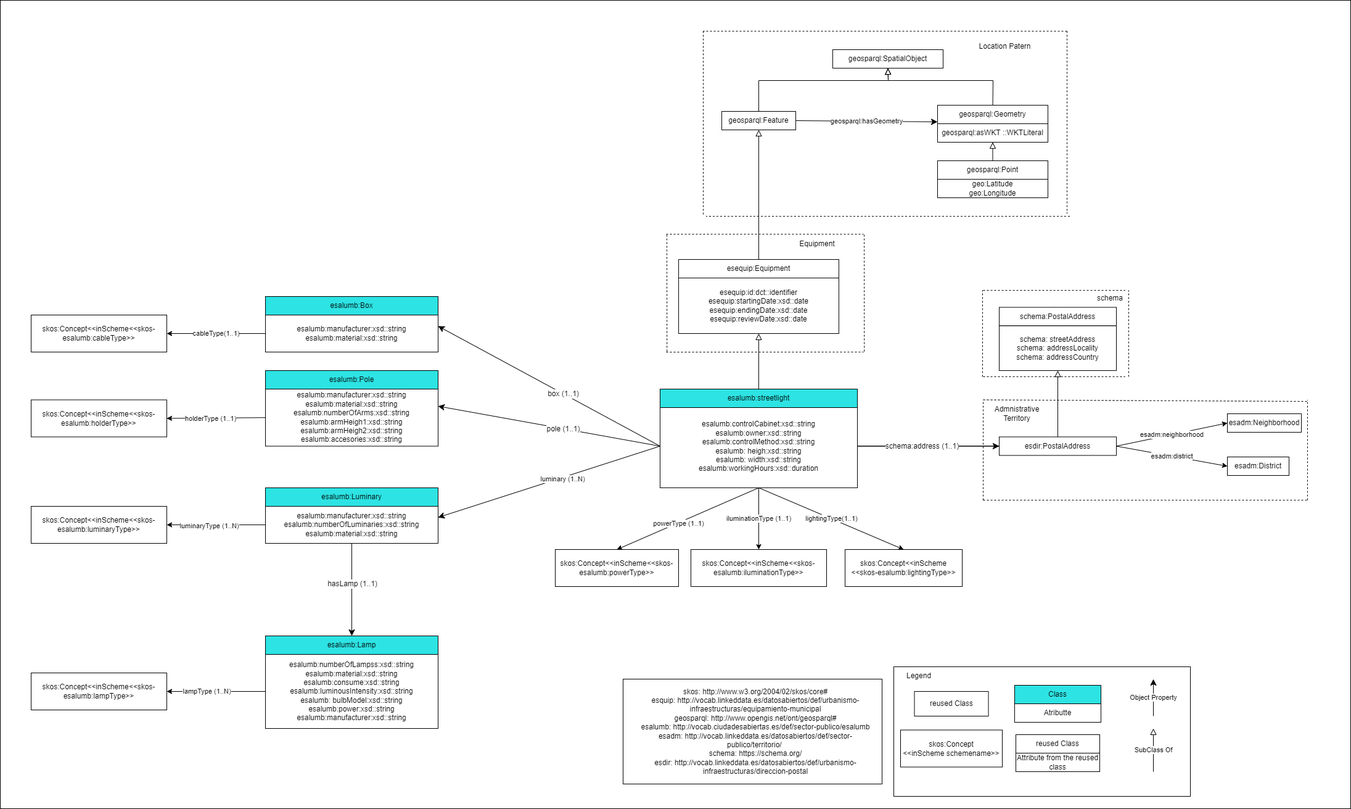
Above: resources/images/lightingDiagram.png in MMB99/AlumbradoEn (draw.io), before the change. Source tidied: cells renumbered, new cells last; positions are measured from the earlier drawing's top-left corner, leaving out a move shared by most shapes.
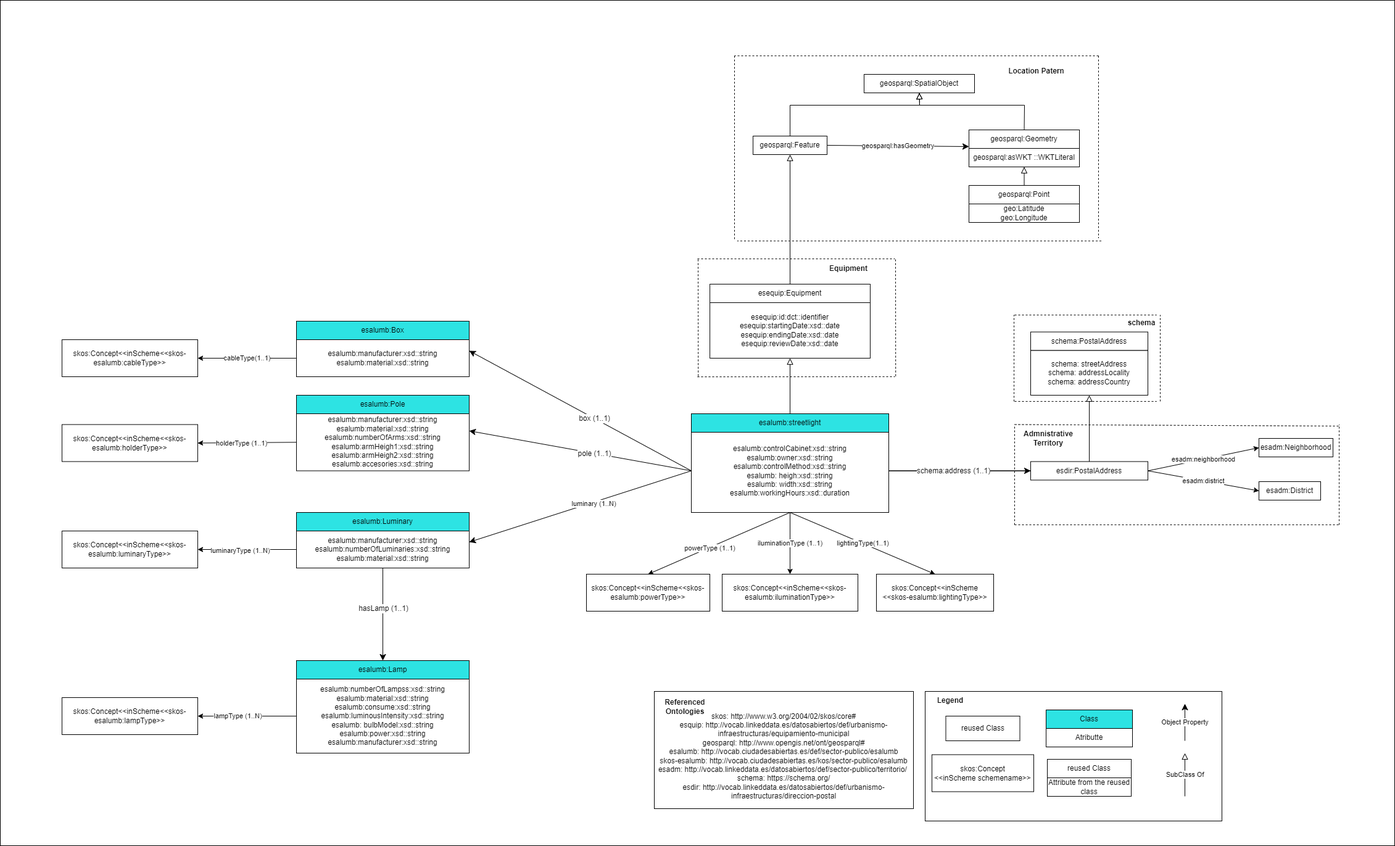
Above is the later version.

Diff of the diagram source:
```diff
@@ -2,9 +2,9 @@
   <root>
     <mxCell id="0" />
     <mxCell id="1" parent="0" />
-    <mxCell id="2" style="rounded=0;whiteSpace=wrap;html=1;" parent="1" vertex="1">
-      <mxGeometry width="2190" height="1310" as="geometry" />
-    </mxCell>
+    <mxCell id="98" style="rounded=0;whiteSpace=wrap;html=1;" parent="1" vertex="1">
+      <mxGeometry x="-50" y="-40" width="2260" height="1370" as="geometry" />
+    </mxCell>
     <mxCell id="3" value="&lt;span&gt;esalumb:controlCabinet:xsd::string&lt;/span&gt;&lt;u&gt;&lt;br&gt;&lt;/u&gt;esalumb:owner:xsd::string&lt;br&gt;esalumb:controlMethod:xsd::string&lt;br&gt;esalumb: heigh:xsd::string&lt;br&gt;esalumb: width:xsd::string&lt;br&gt;esalumb:workingHours:xsd::duration&lt;span&gt;&lt;br&gt;&lt;/span&gt;" style="rounded=0;whiteSpace=wrap;html=1;snapToPoint=1;points=[[0.1,0],[0.2,0],[0.3,0],[0.4,0],[0.5,0],[0.6,0],[0.7,0],[0.8,0],[0.9,0],[0,0.1],[0,0.3],[0,0.5],[0,0.7],[0,0.9],[0.1,1],[0.2,1],[0.3,1],[0.4,1],[0.5,1],[0.6,1],[0.7,1],[0.8,1],[0.9,1],[1,0.1],[1,0.3],[1,0.5],[1,0.7],[1,0.9]];" parent="1" vertex="1">
       <mxGeometry x="1070" y="655" width="320" height="135" as="geometry" />
     </mxCell>
@@ -115,7 +115,7 @@
         <mxPoint x="1870" y="1180" as="targetPoint" />
       </mxGeometry>
     </mxCell>
-    <mxCell id="37" value="Legend" style="text;html=1;strokeColor=none;fillColor=none;align=center;verticalAlign=middle;whiteSpace=wrap;rounded=0;" parent="1" vertex="1">
+    <mxCell id="37" value="&lt;b&gt;Legend&lt;/b&gt;" style="text;html=1;strokeColor=none;fillColor=none;align=center;verticalAlign=middle;whiteSpace=wrap;rounded=0;" parent="1" vertex="1">
       <mxGeometry x="1460" y="1080" width="60" height="30" as="geometry" />
     </mxCell>
     <mxCell id="38" value="esequip:Equipment" style="rounded=0;whiteSpace=wrap;html=1;snapToPoint=1;points=[[0.1,0],[0.2,0],[0.3,0],[0.4,0],[0.5,0],[0.6,0],[0.7,0],[0.8,0],[0.9,0],[0,0.1],[0,0.3],[0,0.5],[0,0.7],[0,0.9],[0.1,1],[0.2,1],[0.3,1],[0.4,1],[0.5,1],[0.6,1],[0.7,1],[0.8,1],[0.9,1],[1,0.1],[1,0.3],[1,0.5],[1,0.7],[1,0.9]];" parent="1" vertex="1">
@@ -130,10 +130,10 @@
     <mxCell id="41" style="endArrow=block;html=1;fontColor=#000099;endFill=0;endSize=8;arcSize=0;rounded=0;entryX=0.5;entryY=1;entryDx=0;entryDy=0;exitX=0.5;exitY=0;exitDx=0;exitDy=0;" parent="1" edge="1" source="4" target="44">
       <mxGeometry relative="1" as="geometry" />
     </mxCell>
-    <mxCell id="42" value="Location Patern" style="text;html=1;strokeColor=none;fillColor=none;align=center;verticalAlign=middle;whiteSpace=wrap;rounded=0;" parent="1" vertex="1">
+    <mxCell id="42" value="&lt;b&gt;Location Patern&lt;/b&gt;" style="text;html=1;strokeColor=none;fillColor=none;align=center;verticalAlign=middle;whiteSpace=wrap;rounded=0;" parent="1" vertex="1">
       <mxGeometry x="1558.5" y="60" width="140.5" height="30" as="geometry" />
     </mxCell>
-    <mxCell id="43" value="Equipment" style="text;html=1;strokeColor=none;fillColor=none;align=center;verticalAlign=middle;whiteSpace=wrap;rounded=0;" parent="1" vertex="1">
+    <mxCell id="43" value="&lt;b&gt;Equipment&lt;/b&gt;" style="text;html=1;strokeColor=none;fillColor=none;align=center;verticalAlign=middle;whiteSpace=wrap;rounded=0;" parent="1" vertex="1">
       <mxGeometry x="1270" y="380" width="110" height="30" as="geometry" />
     </mxCell>
     <mxCell id="44" value="esequip:id:dct::identifier&lt;br&gt;esequip:startingDate:xsd::date&lt;br&gt;esequip:endingDate:xsd::date&lt;br&gt;esequip:reviewDate:xsd::date" style="rounded=0;whiteSpace=wrap;html=1;snapToPoint=1;points=[[0.1,0],[0.2,0],[0.3,0],[0.4,0],[0.5,0],[0.6,0],[0.7,0],[0.8,0],[0.9,0],[0,0.1],[0,0.3],[0,0.5],[0,0.7],[0,0.9],[0.1,1],[0.2,1],[0.3,1],[0.4,1],[0.5,1],[0.6,1],[0.7,1],[0.8,1],[0.9,1],[1,0.1],[1,0.3],[1,0.5],[1,0.7],[1,0.9]];" parent="1" vertex="1">
@@ -257,10 +257,10 @@
       </mxGeometry>
     </mxCell>
     <mxCell id="73" style="rounded=0;whiteSpace=wrap;html=1;" parent="1" vertex="1">
-      <mxGeometry x="1010" y="1100" width="420" height="170" as="geometry" />
+      <mxGeometry x="1010" y="1080" width="420" height="190" as="geometry" />
     </mxCell>
-    <mxCell id="74" value="skos: http://www.w3.org/2004/02/skos/core#&lt;br&gt;esquip: http://vocab.linkeddata.es/datosabiertos/def/urbanismo-infraestructuras/equipamiento-municipal&lt;br&gt;geosparql: http://www.opengis.net/ont/geosparql#&lt;br&gt;esalumb: http://vocab.ciudadesabiertas.es/def/sector-publico/esalumb&lt;br&gt;esadm: http://vocab.linkeddata.es/datosabiertos/def/sector-publico/territorio/&amp;nbsp;&lt;br&gt;schema: https://schema.org/&lt;br&gt;esdir: http://vocab.linkeddata.es/datosabiertos/def/urbanismo-infraestructuras/direccion-postal" style="text;html=1;strokeColor=none;fillColor=none;align=center;verticalAlign=middle;whiteSpace=wrap;rounded=0;" parent="1" vertex="1">
-      <mxGeometry x="1030" y="1127.5" width="390" height="115" as="geometry" />
+    <mxCell id="74" value="skos: http://www.w3.org/2004/02/skos/core#&lt;br&gt;esquip: http://vocab.linkeddata.es/datosabiertos/def/urbanismo-infraestructuras/equipamiento-municipal&lt;br&gt;geosparql: http://www.opengis.net/ont/geosparql#&lt;br&gt;esalumb: http://vocab.ciudadesabiertas.es/def/sector-publico/esalumb&lt;br&gt;skos-esalumb: http://vocab.ciudadesabiertas.es/kos/sector-publico/esalumb&lt;br&gt;esadm: http://vocab.linkeddata.es/datosabiertos/def/sector-publico/territorio/&amp;nbsp;&lt;br&gt;schema: https://schema.org/&lt;br&gt;esdir: http://vocab.linkeddata.es/datosabiertos/def/urbanismo-infraestructuras/direccion-postal" style="text;html=1;strokeColor=none;fillColor=none;align=center;verticalAlign=middle;whiteSpace=wrap;rounded=0;" parent="1" vertex="1">
+      <mxGeometry x="1015" y="1127.5" width="410" height="115" as="geometry" />
     </mxCell>
     <mxCell id="75" value="esdir:PostalAddress" style="rounded=0;whiteSpace=wrap;html=1;snapToPoint=1;points=[[0.1,0],[0.2,0],[0.3,0],[0.4,0],[0.5,0],[0.6,0],[0.7,0],[0.8,0],[0.9,0],[0,0.1],[0,0.3],[0,0.5],[0,0.7],[0,0.9],[0.1,1],[0.2,1],[0.3,1],[0.4,1],[0.5,1],[0.6,1],[0.7,1],[0.8,1],[0.9,1],[1,0.1],[1,0.3],[1,0.5],[1,0.7],[1,0.9]];fillColor=#FFFFFF;" parent="1" vertex="1">
       <mxGeometry x="1620" y="707.5" width="190" height="30" as="geometry" />
@@ -310,7 +310,7 @@
         <mxPoint x="2120" y="650" as="targetPoint" />
       </mxGeometry>
     </mxCell>
-    <mxCell id="87" value="Admnistrative Territory" style="text;html=1;strokeColor=none;fillColor=none;align=center;verticalAlign=middle;whiteSpace=wrap;rounded=0;" parent="1" vertex="1">
+    <mxCell id="87" value="&lt;b&gt;Admnistrative Territory&lt;/b&gt;" style="text;html=1;strokeColor=none;fillColor=none;align=center;verticalAlign=middle;whiteSpace=wrap;rounded=0;" parent="1" vertex="1">
       <mxGeometry x="1594" y="655" width="110" height="30" as="geometry" />
     </mxCell>
     <mxCell id="88" style="endArrow=classic;html=1;exitX=1;exitY=0.5;exitDx=0;exitDy=0;entryX=0;entryY=0.5;entryDx=0;entryDy=0;endSize=8;arcSize=0;rounded=0;" parent="1" edge="1">
@@ -348,7 +348,7 @@
         <mxPoint x="1824" y="470" as="targetPoint" />
       </mxGeometry>
     </mxCell>
-    <mxCell id="94" value="schema" style="text;html=1;strokeColor=none;fillColor=none;align=center;verticalAlign=middle;whiteSpace=wrap;rounded=0;" parent="1" vertex="1">
+    <mxCell id="94" value="&lt;b&gt;schema&lt;/b&gt;" style="text;html=1;strokeColor=none;fillColor=none;align=center;verticalAlign=middle;whiteSpace=wrap;rounded=0;" parent="1" vertex="1">
       <mxGeometry x="1770" y="467.5" width="60" height="30" as="geometry" />
     </mxCell>
     <mxCell id="95" value="geosparql:asWKT ::WKTLiteral" style="rounded=0;whiteSpace=wrap;html=1;snapToPoint=1;points=[[0.1,0],[0.2,0],[0.3,0],[0.4,0],[0.5,0],[0.6,0],[0.7,0],[0.8,0],[0.9,0],[0,0.1],[0,0.3],[0,0.5],[0,0.7],[0,0.9],[0.1,1],[0.2,1],[0.3,1],[0.4,1],[0.5,1],[0.6,1],[0.7,1],[0.8,1],[0.9,1],[1,0.1],[1,0.3],[1,0.5],[1,0.7],[1,0.9]];" parent="1" vertex="1">
@@ -370,5 +370,8 @@
         </Array>
       </mxGeometry>
     </mxCell>
+    <mxCell id="99" value="&lt;b&gt;Referenced Ontologies&lt;/b&gt;" style="text;html=1;strokeColor=none;fillColor=none;align=center;verticalAlign=middle;whiteSpace=wrap;rounded=0;" parent="1" vertex="1">
+      <mxGeometry x="1030" y="1090" width="60" height="30" as="geometry" />
+    </mxCell>
   </root>
 </mxGraphModel>
```
